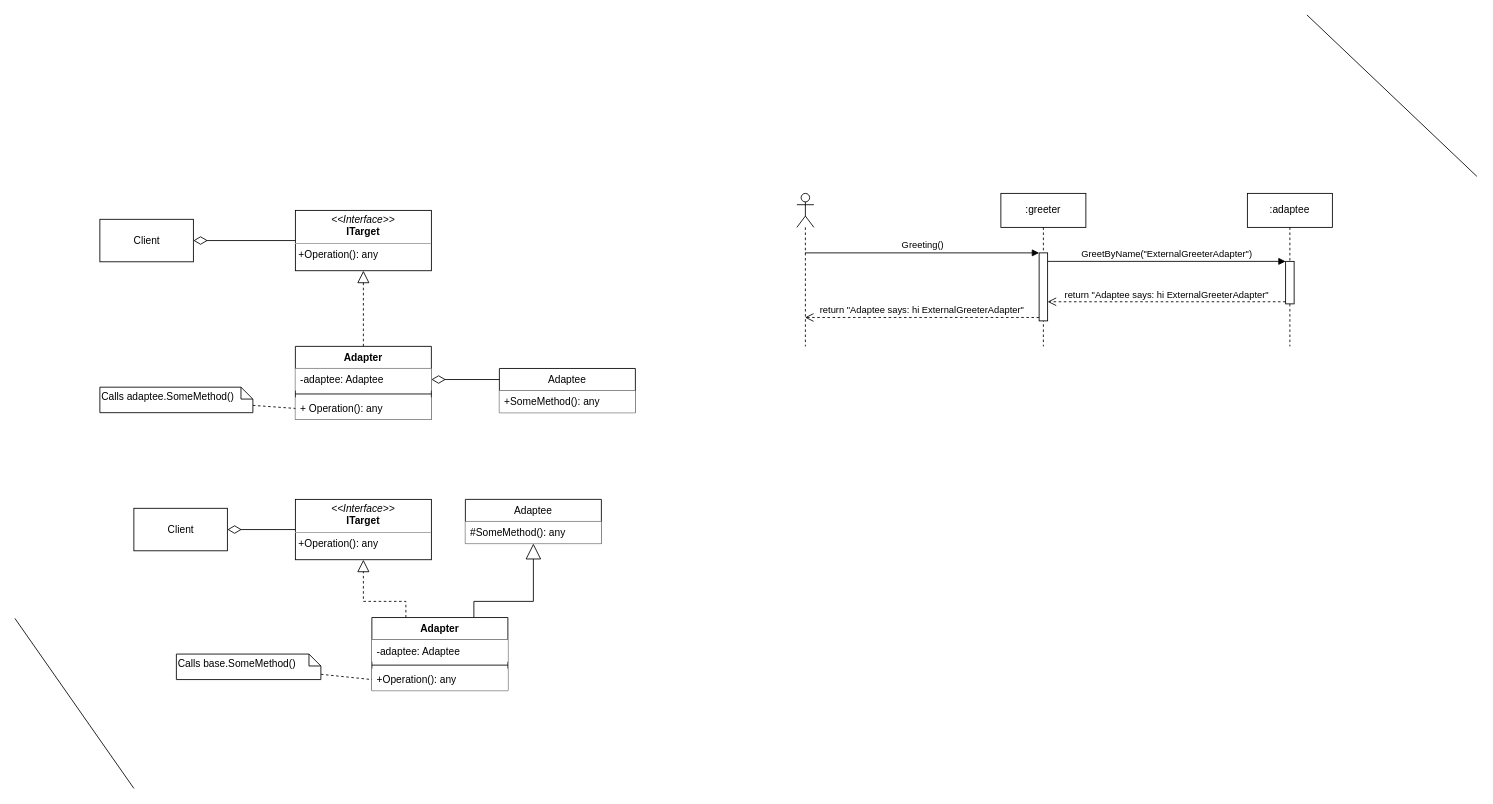
This is page "Adapter" (3 of 4) of Diagrams/Decorator, Composite, Adapter, Facade.drawio from PacktPublishing/Architecting-ASP.NET-Core-Applications-3E, a draw.io file, before an edit. Source tidied: cells renumbered, new cells numbered last; positions are measured from the earlier drawing's top-left corner, leaving out a move shared by most shapes. Both pictures are drawn from the tidied source at 85%, with x=0, y=0 at pixel (14, 14).
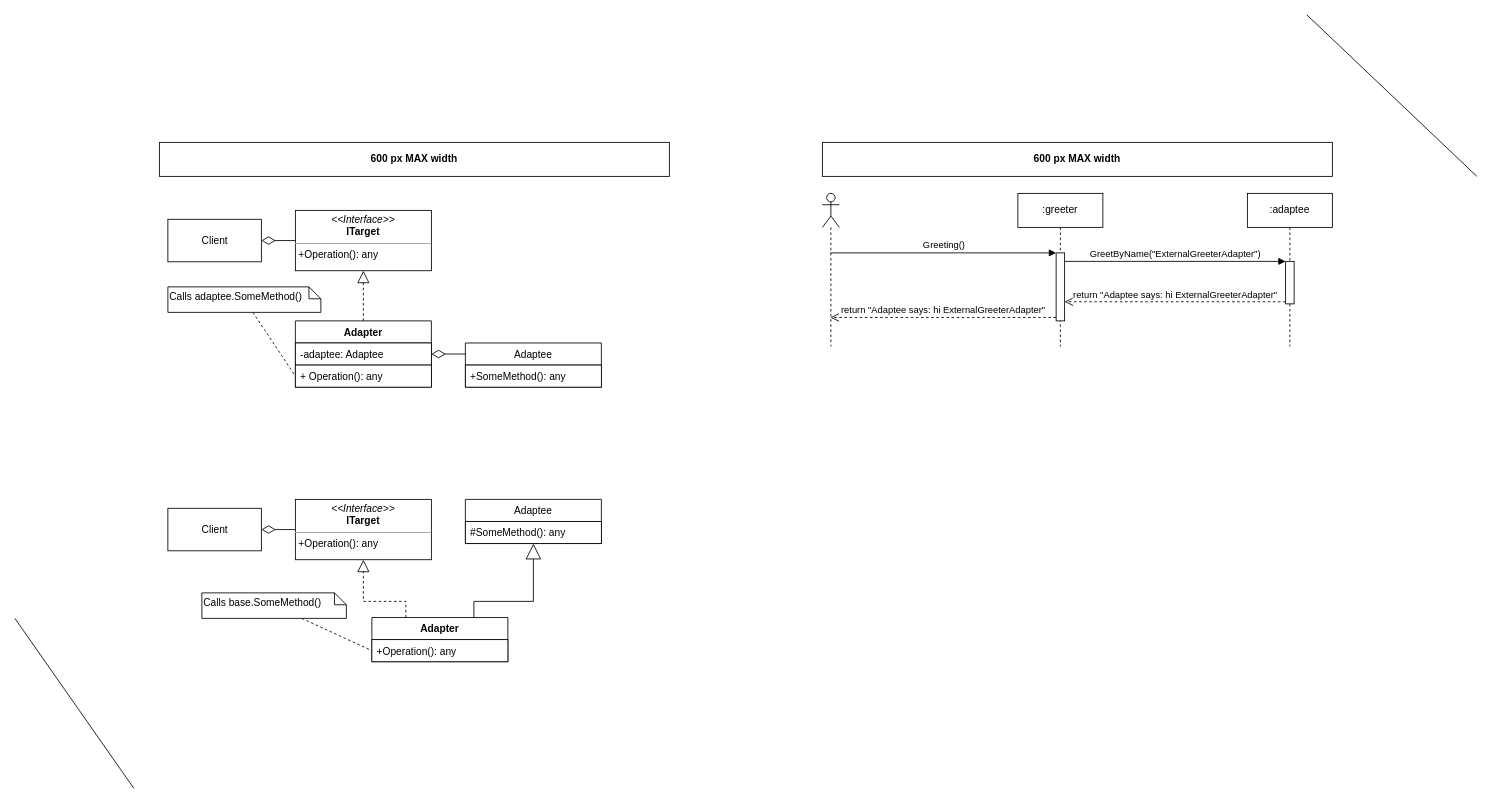
The same page after the edit.

The change refers to these unchanged cells:
```xml
<mxCell id="14" value="Adaptee" style="swimlane;fontStyle=0;horizontal=1;startSize=26;fillColor=default;strokeColor=default;" parent="1" vertex="1">
  <mxGeometry x="530" y="570" width="160" height="52" as="geometry" />
</mxCell>
```

What changed in the source:
```diff
@@
     <mxCell id="2" value="Client" style="html=1;" parent="1" vertex="1">
-      <mxGeometry x="100" y="240.5" width="110" height="50" as="geometry" />
+      <mxGeometry x="180" y="240.5" width="110" height="50" as="geometry" />
     </mxCell>
     <mxCell id="3" value="Adaptee" style="swimlane;fontStyle=0;horizontal=1;startSize=26;fillColor=default;strokeColor=default;" parent="1" vertex="1">
-      <mxGeometry x="570" y="416" width="160" height="52" as="geometry" />
+      <mxGeometry x="530" y="386" width="160" height="52" as="geometry" />
     </mxCell>
-    <mxCell id="4" value="+SomeMethod(): any" style="text;strokeColor=none;fillColor=default;align=left;verticalAlign=top;spacingLeft=4;spacingRight=4;overflow=hidden;" parent="3" vertex="1">
+    <mxCell id="4" value="+SomeMethod(): any" style="text;strokeColor=default;fillColor=default;align=left;verticalAlign=top;spacingLeft=4;spacingRight=4;overflow=hidden;" parent="3" vertex="1">
       <mxGeometry y="26" width="160" height="26" as="geometry" />
     </mxCell>
@@
     <mxCell id="9" value="Adapter" style="swimlane;fontStyle=1;align=center;verticalAlign=top;horizontal=1;startSize=26;fillColor=default;strokeColor=default;swimlaneFillColor=default;" parent="1" vertex="1">
-      <mxGeometry x="330" y="390" width="160" height="86" as="geometry" />
+      <mxGeometry x="330" y="360" width="160" height="78" as="geometry" />
     </mxCell>
-    <mxCell id="10" value="-adaptee: Adaptee" style="text;strokeColor=none;fillColor=default;align=left;verticalAlign=top;spacingLeft=4;spacingRight=4;overflow=hidden;points=[[0,0.5],[1,0.5]];portConstraint=eastwest;" parent="9" vertex="1">
+    <mxCell id="10" value="-adaptee: Adaptee" style="text;strokeColor=default;fillColor=default;align=left;verticalAlign=top;spacingLeft=4;spacingRight=4;overflow=hidden;points=[[0,0.5],[1,0.5]];portConstraint=eastwest;" parent="9" vertex="1">
       <mxGeometry y="26" width="160" height="26" as="geometry" />
     </mxCell>
-    <mxCell id="11" style="line;strokeWidth=1;fillColor=#ffffff;align=left;verticalAlign=middle;spacingTop=-1;spacingLeft=3;spacingRight=3;labelPosition=right;strokeColor=default;" parent="9" vertex="1">
-      <mxGeometry y="52" width="160" height="8" as="geometry" />
-    </mxCell>
-    <mxCell id="12" value="+ Operation(): any" style="text;strokeColor=none;fillColor=default;align=left;verticalAlign=top;spacingLeft=4;spacingRight=4;overflow=hidden;points=[[0,0.5],[1,0.5]];portConstraint=eastwest;" parent="9" vertex="1">
-      <mxGeometry y="60" width="160" height="26" as="geometry" />
+    <mxCell id="12" value="+ Operation(): any" style="text;strokeColor=default;fillColor=default;align=left;verticalAlign=top;spacingLeft=4;spacingRight=4;overflow=hidden;points=[[0,0.5],[1,0.5]];portConstraint=eastwest;" parent="9" vertex="1">
+      <mxGeometry y="52" width="160" height="26" as="geometry" />
     </mxCell>
     <mxCell id="13" value="Client" style="html=1;" parent="1" vertex="1">
-      <mxGeometry x="140" y="580.5" width="110" height="50" as="geometry" />
+      <mxGeometry x="180" y="580.5" width="110" height="50" as="geometry" />
     </mxCell>
@@
-    <mxCell id="15" value="#SomeMethod(): any" style="text;strokeColor=none;fillColor=default;align=left;verticalAlign=top;spacingLeft=4;spacingRight=4;overflow=hidden;" parent="14" vertex="1">
+    <mxCell id="15" value="#SomeMethod(): any" style="text;strokeColor=default;fillColor=default;align=left;verticalAlign=top;spacingLeft=4;spacingRight=4;overflow=hidden;" parent="14" vertex="1">
       <mxGeometry y="26" width="160" height="26" as="geometry" />
     </mxCell>
@@
     <mxCell id="19" value="Adapter" style="swimlane;fontStyle=1;align=center;verticalAlign=top;horizontal=1;startSize=26;fillColor=default;strokeColor=default;swimlaneFillColor=default;" parent="1" vertex="1">
-      <mxGeometry x="420" y="709" width="160" height="86" as="geometry" />
+      <mxGeometry x="420" y="709" width="160" height="52" as="geometry" />
     </mxCell>
-    <mxCell id="20" value="-adaptee: Adaptee" style="text;strokeColor=none;fillColor=default;align=left;verticalAlign=top;spacingLeft=4;spacingRight=4;overflow=hidden;" parent="19" vertex="1">
-      <mxGeometry y="26" width="160" height="26" as="geometry" />
-    </mxCell>
-    <mxCell id="21" style="line;strokeWidth=1;fillColor=default;align=left;verticalAlign=middle;spacingTop=-1;spacingLeft=3;spacingRight=3;labelPosition=right;strokeColor=default;" parent="19" vertex="1">
-      <mxGeometry y="52" width="160" height="8" as="geometry" />
-    </mxCell>
-    <mxCell id="22" value="+Operation(): any" style="text;strokeColor=none;fillColor=default;align=left;verticalAlign=top;spacingLeft=4;spacingRight=4;overflow=hidden;points=[[0,0.5],[1,0.5]];portConstraint=eastwest;" parent="19" vertex="1">
-      <mxGeometry y="60" width="160" height="26" as="geometry" />
+    <mxCell id="22" value="+Operation(): any" style="text;strokeColor=default;fillColor=default;align=left;verticalAlign=top;spacingLeft=4;spacingRight=4;overflow=hidden;points=[[0,0.5],[1,0.5]];portConstraint=eastwest;" parent="19" vertex="1">
+      <mxGeometry y="26" width="160" height="26" as="geometry" />
     </mxCell>
@@
     <mxCell id="25" value="Calls base.SomeMethod()" style="shape=note;whiteSpace=wrap;html=1;size=14;verticalAlign=middle;align=left;spacingTop=-6;fillColor=default;" parent="1" vertex="1">
-      <mxGeometry x="190" y="752" width="170" height="30" as="geometry" />
+      <mxGeometry x="220" y="680" width="170" height="30" as="geometry" />
     </mxCell>
@@
     <mxCell id="27" value="Calls adaptee.SomeMethod()" style="shape=note;whiteSpace=wrap;html=1;size=14;verticalAlign=middle;align=left;spacingTop=-6;fillColor=default;" parent="1" vertex="1">
-      <mxGeometry x="100" y="438" width="180" height="30" as="geometry" />
+      <mxGeometry x="180" y="320" width="180" height="30" as="geometry" />
     </mxCell>
     <mxCell id="28" value=":greeter" style="shape=umlLifeline;perimeter=lifelinePerimeter;whiteSpace=wrap;html=1;fillColor=default;" parent="1" vertex="1">
-      <mxGeometry x="1160" y="210" width="100" height="180" as="geometry" />
+      <mxGeometry x="1180" y="210" width="100" height="180" as="geometry" />
     </mxCell>
@@
     <mxCell id="30" style="shape=umlLifeline;participant=umlActor;perimeter=lifelinePerimeter;whiteSpace=wrap;html=1;verticalAlign=top;spacingTop=36;labelBackgroundColor=#ffffff;outlineConnect=0;fillColor=default;" parent="1" vertex="1">
-      <mxGeometry x="920" y="210" width="20" height="180" as="geometry" />
+      <mxGeometry x="950" y="210" width="20" height="180" as="geometry" />
     </mxCell>
@@
+    <mxCell id="39" value="600 px MAX width" style="rounded=0;whiteSpace=wrap;html=1;sketch=0;fontSize=12;align=center;fontStyle=1;" parent="1" vertex="1">
+      <mxGeometry x="170" y="150" width="600" height="40" as="geometry" />
+    </mxCell>
+    <mxCell id="40" value="600 px MAX width" style="rounded=0;whiteSpace=wrap;html=1;sketch=0;fontSize=12;align=center;fontStyle=1;" parent="1" vertex="1">
+      <mxGeometry x="950" y="150" width="600" height="40" as="geometry" />
+    </mxCell>
```
